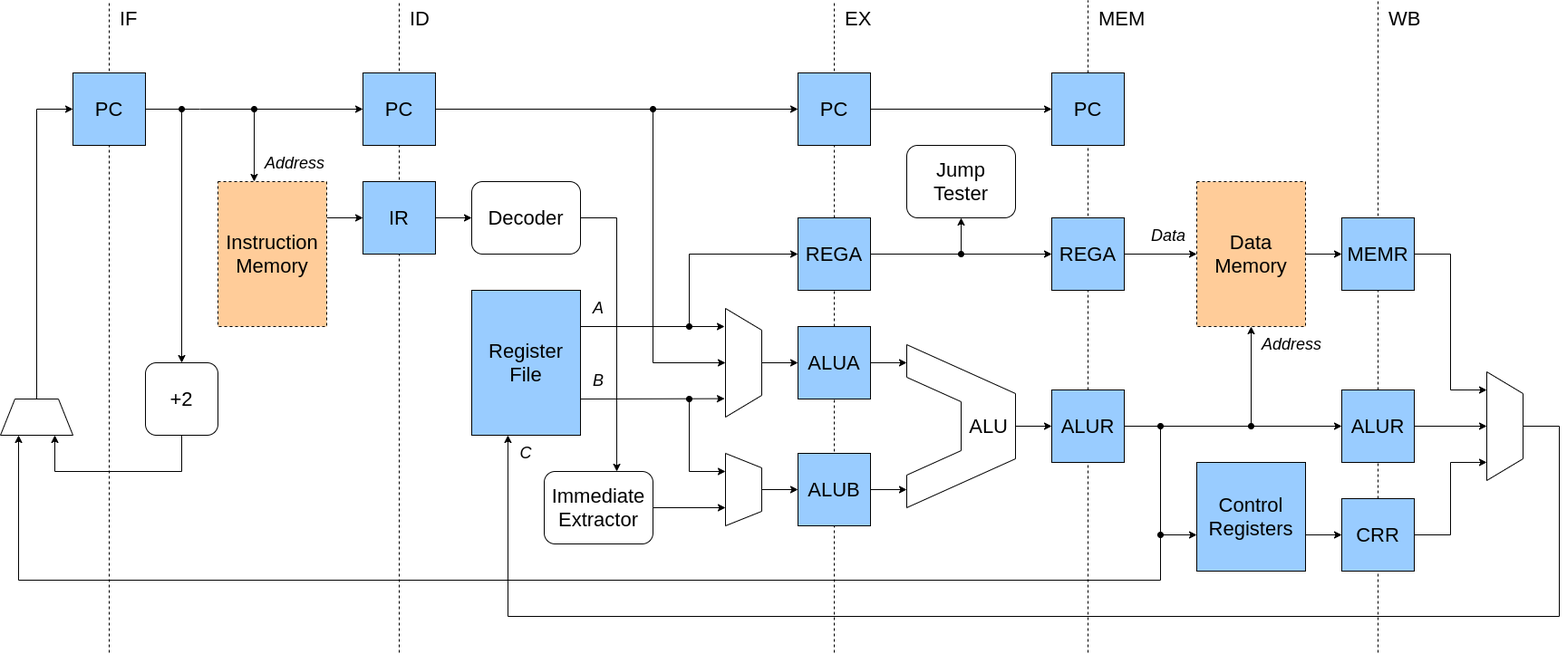
This is doc/img/pipeline.png from dominiksalvet/risc63, a draw.io export, as it was before one commit. Source tidied: cells renumbered, new cells last; positions are measured from the earlier drawing's top-left corner, leaving out a move shared by most shapes.
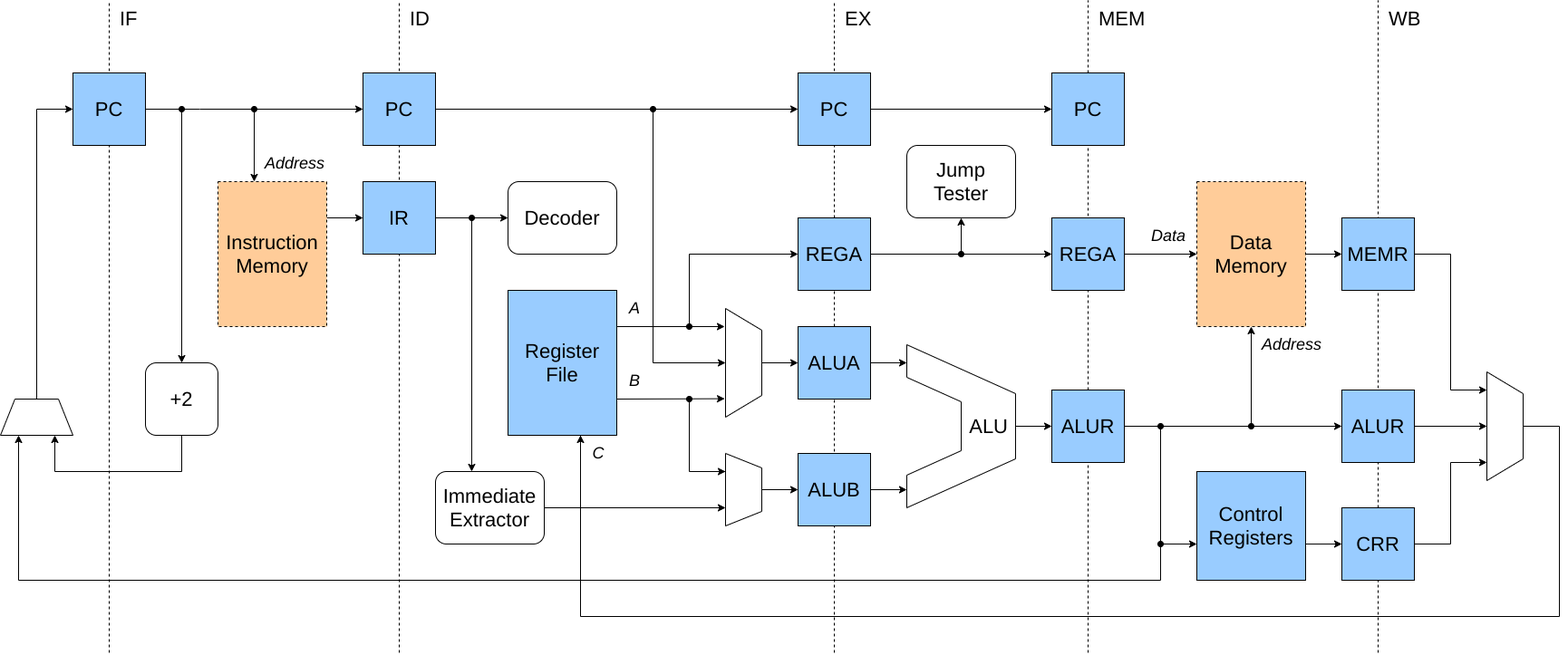
After the change.

Commit message:
improve pipeline image

Change to the diagram source:
```diff
@@ -66,7 +66,7 @@
       <mxGeometry x="160" y="400" width="80" height="80" as="geometry" />
     </mxCell>
     <mxCell id="17" value="&lt;font style=&quot;font-size: 22px&quot;&gt;Decoder&lt;br&gt;&lt;/font&gt;" style="rounded=1;whiteSpace=wrap;html=1;align=center;" parent="1" vertex="1">
-      <mxGeometry x="520" y="200" width="120" height="80" as="geometry" />
+      <mxGeometry x="560" y="200" width="120" height="80" as="geometry" />
     </mxCell>
     <mxCell id="18" style="endArrow=none;dashed=1;html=1;" parent="1" edge="1" source="29">
       <mxGeometry relative="1" as="geometry">
@@ -98,7 +98,7 @@
       <mxGeometry x="760" y="380" width="120" height="40" as="geometry" />
     </mxCell>
     <mxCell id="27" value="&lt;font style=&quot;font-size: 22px&quot;&gt;Register File&lt;/font&gt;" style="rounded=0;whiteSpace=wrap;html=1;align=center;fillColor=#99CCFF;" parent="1" vertex="1">
-      <mxGeometry x="520" y="320" width="120" height="160" as="geometry" />
+      <mxGeometry x="560" y="320" width="120" height="160" as="geometry" />
     </mxCell>
     <mxCell id="28" style="edgeStyle=orthogonalEdgeStyle;rounded=0;jettySize=auto;html=1;entryX=0;entryY=0.111;entryDx=0;entryDy=0;entryPerimeter=0;startArrow=none;startFill=0;" parent="1" edge="1" source="29" target="50">
       <mxGeometry relative="1" as="geometry" />
@@ -130,10 +130,10 @@
       </mxGeometry>
     </mxCell>
     <mxCell id="34" value="&lt;font style=&quot;font-size: 18px&quot;&gt;A&lt;/font&gt;" style="text;html=1;strokeColor=none;fillColor=none;align=center;verticalAlign=middle;whiteSpace=wrap;rounded=0;fontStyle=2;" parent="1" vertex="1">
-      <mxGeometry x="640" y="330" width="40" height="20" as="geometry" />
+      <mxGeometry x="680" y="330" width="40" height="20" as="geometry" />
     </mxCell>
     <mxCell id="35" value="&lt;font style=&quot;font-size: 18px&quot;&gt;B&lt;/font&gt;" style="text;html=1;strokeColor=none;fillColor=none;align=center;verticalAlign=middle;whiteSpace=wrap;rounded=0;fontStyle=2;" parent="1" vertex="1">
-      <mxGeometry x="640" y="410" width="40" height="20" as="geometry" />
+      <mxGeometry x="680" y="410" width="40" height="20" as="geometry" />
     </mxCell>
     <mxCell id="36" style="endArrow=classic;html=1;startArrow=oval;startFill=1;edgeStyle=orthogonalEdgeStyle;entryX=0.5;entryY=1;entryDx=0;entryDy=0;rounded=0;" parent="1" edge="1" target="26">
       <mxGeometry relative="1" as="geometry">
@@ -162,7 +162,7 @@
       <mxGeometry relative="1" as="geometry" />
     </mxCell>
     <mxCell id="41" value="&lt;font style=&quot;font-size: 22px&quot;&gt;Immediate Extractor&lt;br&gt;&lt;/font&gt;" style="rounded=1;whiteSpace=wrap;html=1;align=center;" parent="1" vertex="1">
-      <mxGeometry x="600" y="520" width="120" height="80" as="geometry" />
+      <mxGeometry x="480" y="520" width="120" height="80" as="geometry" />
     </mxCell>
     <mxCell id="42" value="&lt;span style=&quot;font-size: 22px&quot;&gt;ID&lt;/span&gt;" style="text;html=1;strokeColor=none;fillColor=none;align=left;verticalAlign=middle;whiteSpace=wrap;rounded=0;" parent="1" vertex="1">
       <mxGeometry x="450" y="10" width="300" height="20" as="geometry" />
@@ -170,9 +170,6 @@
     <mxCell id="43" value="&lt;span style=&quot;font-size: 22px&quot;&gt;IF&lt;/span&gt;" style="text;html=1;strokeColor=none;fillColor=none;align=left;verticalAlign=middle;whiteSpace=wrap;rounded=0;" parent="1" vertex="1">
       <mxGeometry x="130" y="10" width="300" height="20" as="geometry" />
     </mxCell>
-    <mxCell id="44" style="endArrow=classic;html=1;edgeStyle=orthogonalEdgeStyle;exitX=1;exitY=0.5;exitDx=0;exitDy=0;rounded=0;entryX=0.667;entryY=0;entryDx=0;entryDy=0;entryPerimeter=0;" parent="1" edge="1" source="17" target="41">
-      <mxGeometry relative="1" as="geometry" />
-    </mxCell>
     <mxCell id="45" value="&lt;span style=&quot;font-size: 22px&quot;&gt;EX&lt;/span&gt;" style="text;html=1;strokeColor=none;fillColor=none;align=left;verticalAlign=middle;whiteSpace=wrap;rounded=0;" parent="1" vertex="1">
       <mxGeometry x="930" y="10" width="300" height="20" as="geometry" />
     </mxCell>
@@ -248,7 +245,7 @@
       <mxGeometry relative="1" as="geometry" />
     </mxCell>
     <mxCell id="65" value="&lt;font style=&quot;font-size: 22px&quot;&gt;Control Registers&lt;/font&gt;" style="rounded=0;whiteSpace=wrap;html=1;align=center;fillColor=#99CCFF;" parent="1" vertex="1">
-      <mxGeometry x="1320" y="510" width="120" height="120" as="geometry" />
+      <mxGeometry x="1320" y="520" width="120" height="120" as="geometry" />
     </mxCell>
     <mxCell id="66" style="endArrow=classic;html=1;entryX=0;entryY=0.5;entryDx=0;entryDy=0;startArrow=oval;startFill=1;" parent="1" edge="1" target="61">
       <mxGeometry relative="1" as="geometry">
@@ -262,7 +259,7 @@
     </mxCell>
     <mxCell id="68" style="endArrow=classic;html=1;entryX=0;entryY=0.667;entryDx=0;entryDy=0;entryPerimeter=0;startArrow=oval;startFill=1;" parent="1" edge="1" target="65">
       <mxGeometry relative="1" as="geometry">
-        <mxPoint x="1280" y="590" as="sourcePoint" />
+        <mxPoint x="1280" y="600" as="sourcePoint" />
       </mxGeometry>
     </mxCell>
     <mxCell id="69" style="edgeStyle=orthogonalEdgeStyle;rounded=0;jettySize=auto;html=1;entryX=0.167;entryY=1;entryDx=0;entryDy=0;startArrow=none;startFill=0;entryPerimeter=0;" parent="1" edge="1" source="70" target="76">
@@ -275,7 +272,7 @@
       <mxGeometry relative="1" as="geometry" />
     </mxCell>
     <mxCell id="72" value="&lt;span style=&quot;font-size: 22px&quot;&gt;CRR&lt;/span&gt;" style="whiteSpace=wrap;html=1;fillColor=#99CCFF;" parent="1" vertex="1">
-      <mxGeometry x="1480" y="550" width="80" height="80" as="geometry" />
+      <mxGeometry x="1480" y="560" width="80" height="80" as="geometry" />
     </mxCell>
     <mxCell id="73" style="endArrow=none;dashed=1;html=1;" parent="1" edge="1" target="72">
       <mxGeometry relative="1" as="geometry">
@@ -285,12 +282,14 @@
     <mxCell id="74" value="&lt;span style=&quot;font-size: 22px&quot;&gt;WB&lt;/span&gt;" style="text;html=1;strokeColor=none;fillColor=none;align=left;verticalAlign=middle;whiteSpace=wrap;rounded=0;" parent="1" vertex="1">
       <mxGeometry x="1530" y="10" width="50" height="20" as="geometry" />
     </mxCell>
-    <mxCell id="75" style="edgeStyle=orthogonalEdgeStyle;rounded=0;jettySize=auto;html=1;entryX=0.333;entryY=1;entryDx=0;entryDy=0;startArrow=none;startFill=0;entryPerimeter=0;exitX=0.5;exitY=0;exitDx=0;exitDy=0;" parent="1" edge="1" source="76" target="27">
+    <mxCell id="75" style="edgeStyle=orthogonalEdgeStyle;rounded=0;jettySize=auto;html=1;startArrow=none;startFill=0;exitX=0.5;exitY=0;exitDx=0;exitDy=0;" parent="1" edge="1" source="76">
       <mxGeometry relative="1" as="geometry">
+        <mxPoint x="640" y="480" as="targetPoint" />
         <Array as="points">
           <mxPoint x="1720" y="470" />
           <mxPoint x="1720" y="680" />
-          <mxPoint x="560" y="680" />
+          <mxPoint x="640" y="680" />
+          <mxPoint x="640" y="480" />
         </Array>
       </mxGeometry>
     </mxCell>
@@ -298,7 +297,7 @@
       <mxGeometry x="1600" y="450" width="120" height="40" as="geometry" />
     </mxCell>
     <mxCell id="77" value="&lt;font style=&quot;font-size: 18px&quot;&gt;C&lt;/font&gt;" style="text;html=1;strokeColor=none;fillColor=none;align=center;verticalAlign=middle;whiteSpace=wrap;rounded=0;fontStyle=2;" parent="1" vertex="1">
-      <mxGeometry x="560" y="490" width="40" height="20" as="geometry" />
+      <mxGeometry x="640" y="490" width="40" height="20" as="geometry" />
     </mxCell>
     <mxCell id="78" value="&lt;font style=&quot;font-size: 18px&quot;&gt;Address&lt;/font&gt;" style="text;html=1;strokeColor=none;fillColor=none;align=left;verticalAlign=middle;whiteSpace=wrap;rounded=0;fontStyle=2;" parent="1" vertex="1">
       <mxGeometry x="1390" y="370" width="90" height="20" as="geometry" />
@@ -314,5 +313,10 @@
         <mxPoint x="280" y="120" as="sourcePoint" />
       </mxGeometry>
     </mxCell>
+    <mxCell id="82" style="endArrow=classic;html=1;entryX=0.333;entryY=0;entryDx=0;entryDy=0;entryPerimeter=0;startArrow=oval;startFill=1;" parent="1" edge="1" target="41">
+      <mxGeometry relative="1" as="geometry">
+        <mxPoint x="520" y="240" as="sourcePoint" />
+      </mxGeometry>
+    </mxCell>
   </root>
 </mxGraphModel>
```
